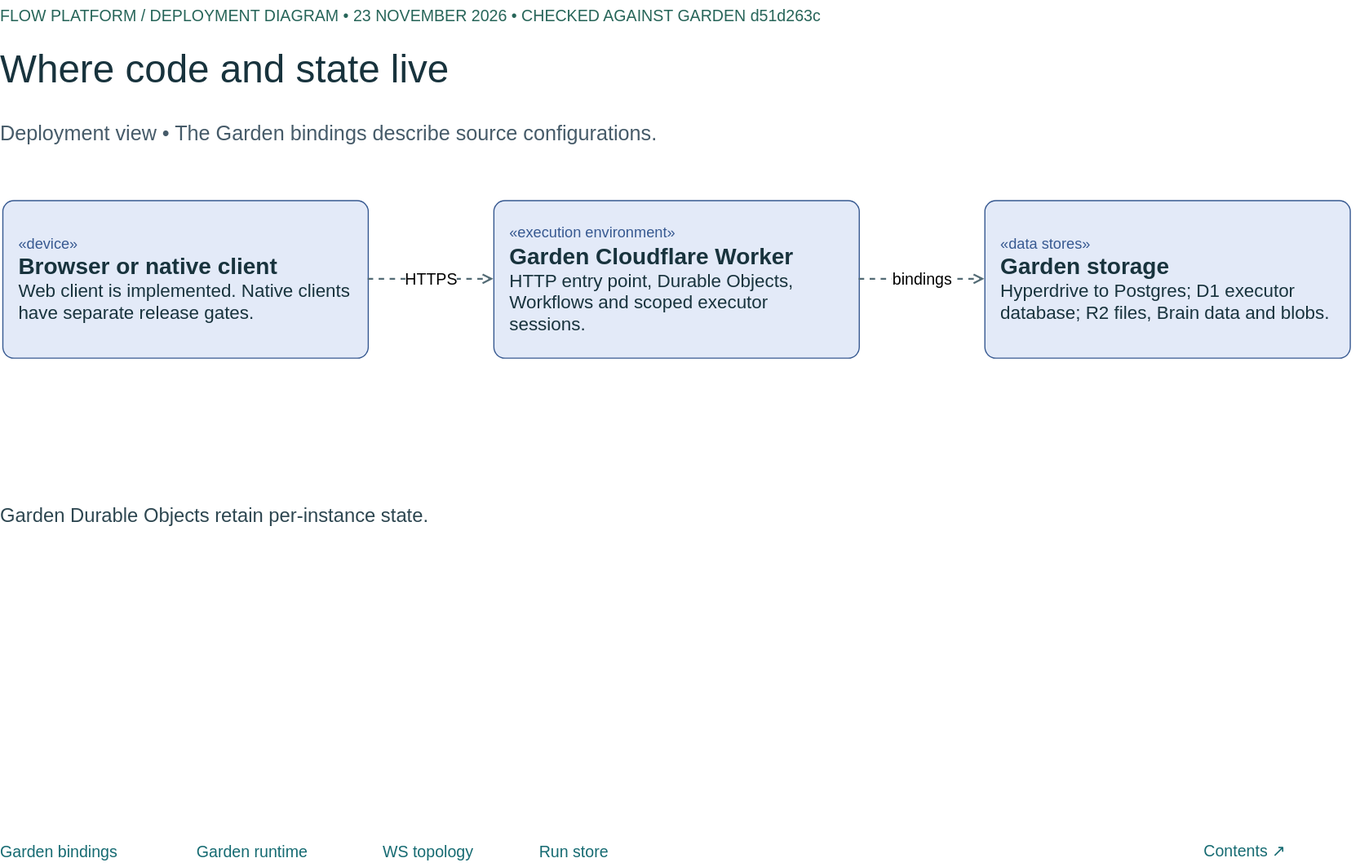
Before: docs/diagrams/garden-deployment.drawio.svg, a diagram exported from draw.io (Flow-Research/garden). Source tidied: cells renumbered, new cells last; positions are measured from the earlier drawing's top-left corner, leaving out a move shared by most shapes.
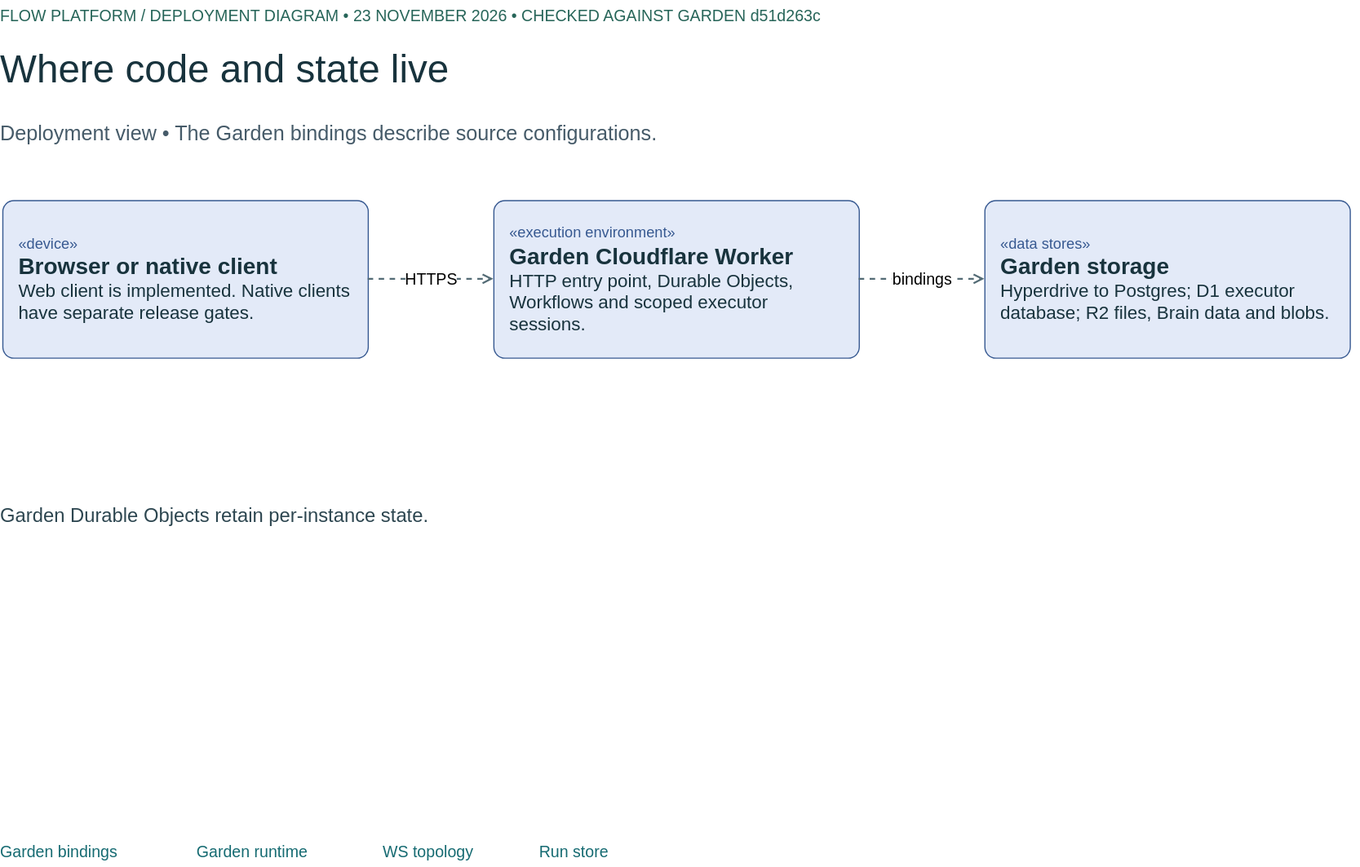
After the commit.

Diff of the diagram source:
```diff
@@ -41,8 +41,5 @@
     <mxCell id="14" value="Run store" style="text;html=1;whiteSpace=wrap;align=left;verticalAlign=middle;spacing=0;fontFamily=Helvetica;fontSize=14;fontColor=#166B72;" parent="1" vertex="1">
       <mxGeometry x="472" y="734" width="97.2" height="24" as="geometry" />
     </mxCell>
-    <mxCell id="15" value="Contents ↗" style="text;html=1;whiteSpace=wrap;align=left;verticalAlign=middle;spacing=0;fontFamily=Helvetica;fontSize=14;fontColor=#166B72;" parent="1" vertex="1">
-      <mxGeometry x="1054" y="732" width="125" height="26" as="geometry" />
-    </mxCell>
   </root>
 </mxGraphModel>
```
